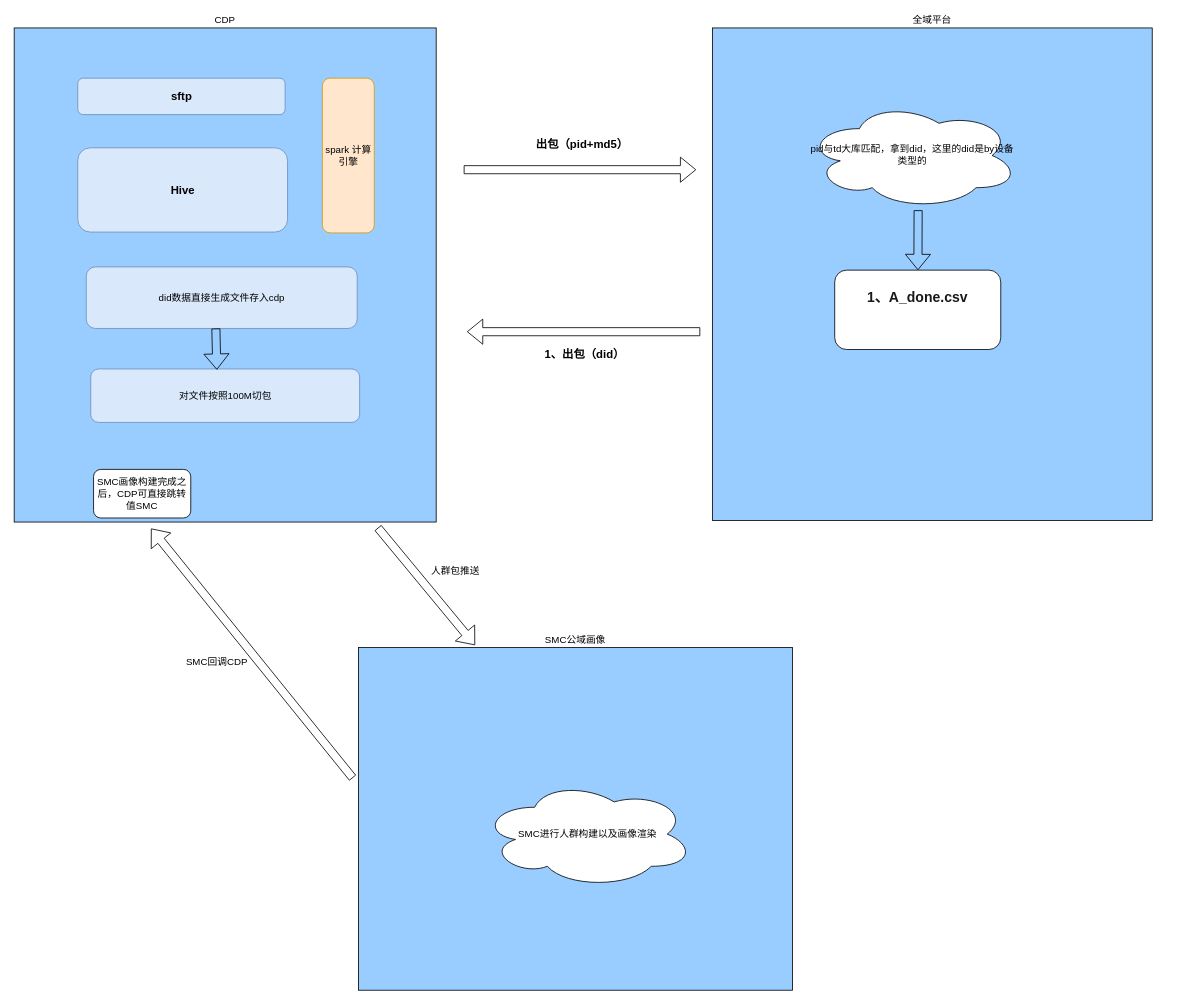
The draw.io diagram 安全岛SMC.drawio in DThadch/draw, before the edit. Source tidied: cells renumbered, new cells numbered last; positions are measured from the earlier drawing's top-left corner, leaving out a move shared by most shapes. Both pictures are drawn from the tidied source at 81%, with x=0, y=0 at pixel (14, 28).
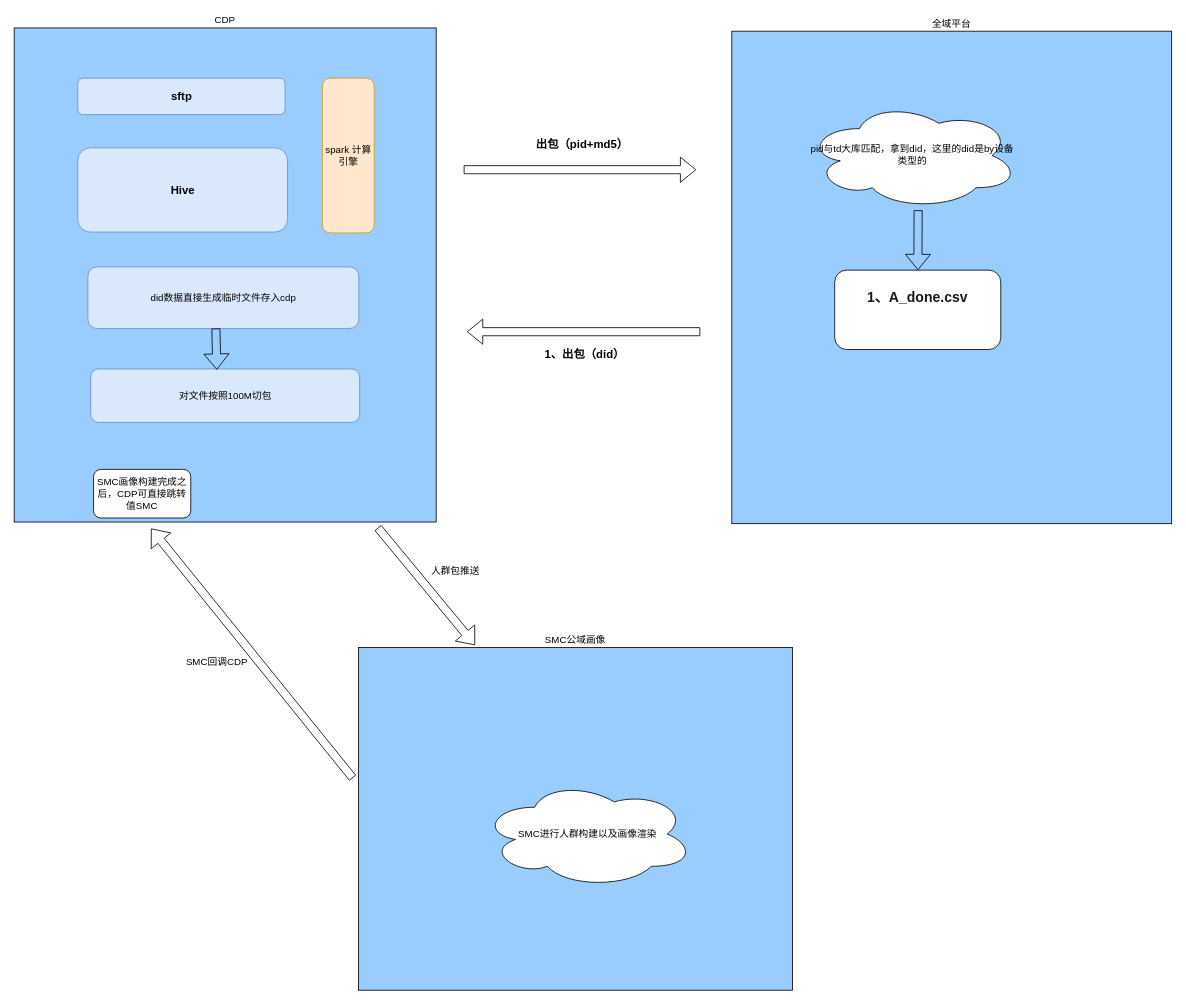
The same page after the edit.

Commit message (it also covers changes not shown here):
更新安全岛SMC.drawio

Change to the diagram source:
```diff
@@
     <mxCell id="6" value="全域平台" style="rounded=0;whiteSpace=wrap;html=1;labelPosition=center;verticalLabelPosition=top;align=center;verticalAlign=bottom;fillColor=#99CCFF;" parent="1" vertex="1">
-      <mxGeometry x="862" width="543" height="608" as="geometry" />
+      <mxGeometry x="886" y="4" width="543" height="608" as="geometry" />
     </mxCell>
@@
-    <mxCell id="15" value="did数据直接生成文件存入cdp" style="rounded=1;whiteSpace=wrap;html=1;fillColor=#dae8fc;strokeColor=#6c8ebf;" parent="1" vertex="1">
-      <mxGeometry x="89" y="295" width="334.5" height="76" as="geometry" />
+    <mxCell id="15" value="did数据直接生成临时文件存入cdp" style="rounded=1;whiteSpace=wrap;html=1;fillColor=#dae8fc;strokeColor=#6c8ebf;" parent="1" vertex="1">
+      <mxGeometry x="91" y="295" width="334.5" height="76" as="geometry" />
     </mxCell>
```
